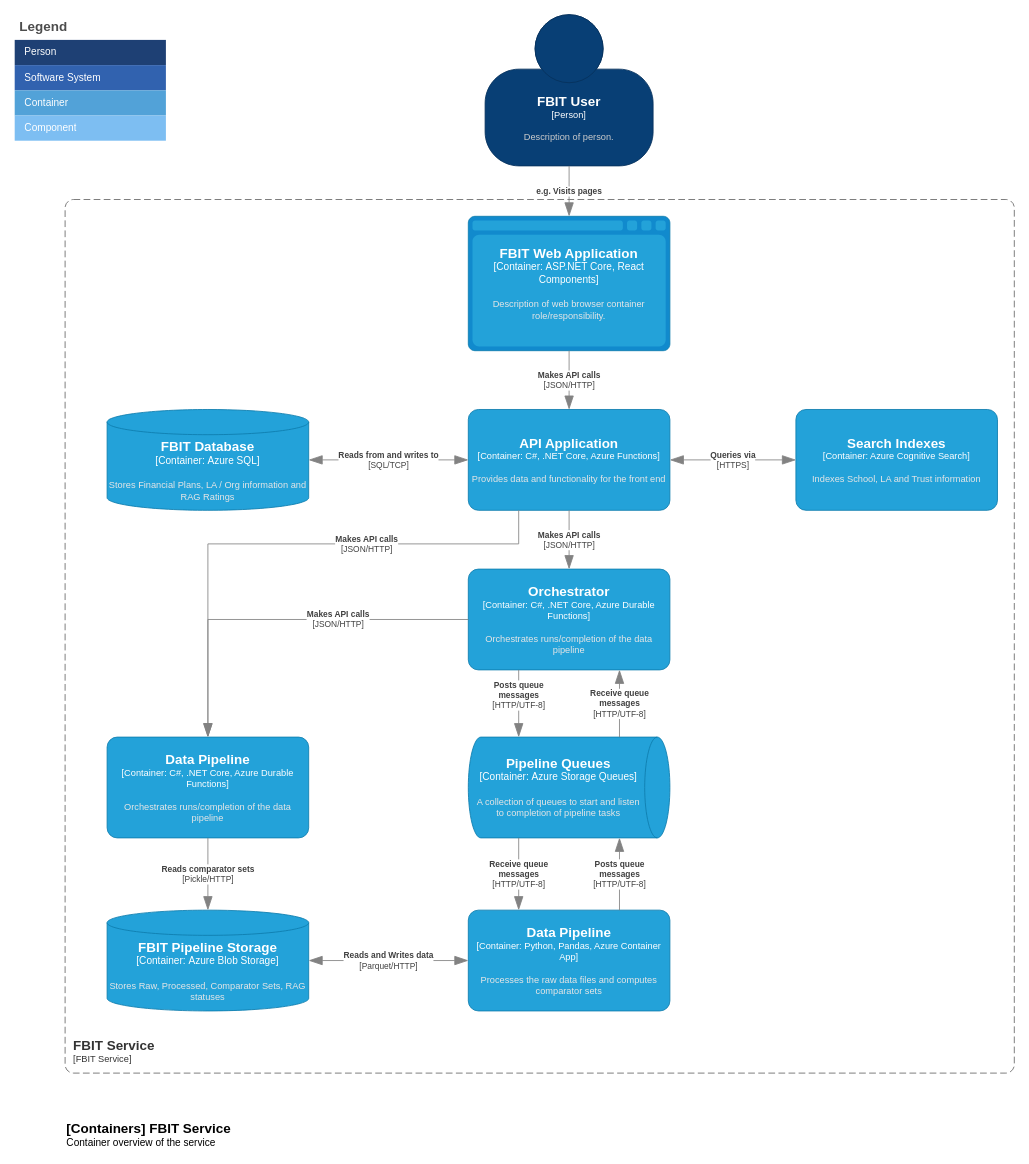
Earlier version of the draw.io diagram page "Container View" (3 of 14) of documentation/architecture/FBIT-Diagrams.drawio (DFE-Digital/education-benchmarking-and-insights). Source tidied: cells renumbered, new cells numbered last; positions are measured from the earlier drawing's top-left corner, leaving out a move shared by most shapes. Both pictures are drawn from the tidied source at 84%, with x=0, y=0 at pixel (14, 14).
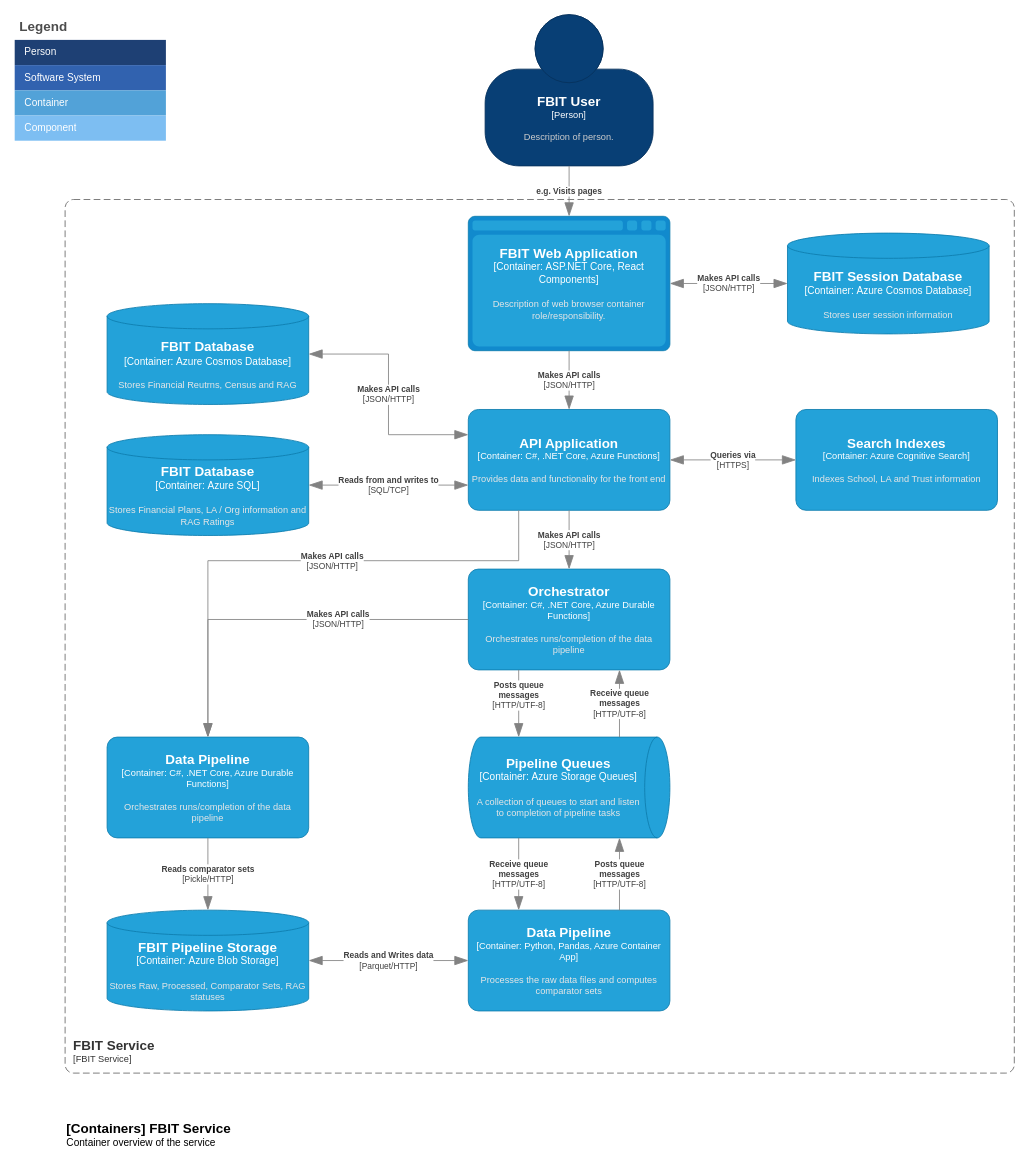
The same diagram, later.

Unchanged cells that the change refers to:
```xml
<object id="13" label="&lt;font style=&quot;font-size: 16px&quot;&gt;&lt;b&gt;%c4Name%&lt;/b&gt;&lt;/font&gt;&lt;div&gt;[%c4Type%:&amp;nbsp;%c4Technology%]&lt;/div&gt;&lt;br&gt;&lt;div&gt;&lt;font style=&quot;font-size: 11px&quot;&gt;&lt;font color=&quot;#E6E6E6&quot;&gt;%c4Description%&lt;/font&gt;&lt;/div&gt;" c4Description="Description of web browser container role/responsibility." c4Name="FBIT Web Application" c4Technology="ASP.NET Core, React Components" c4Type="Container" placeholders="1">
  <mxCell style="shape=mxgraph.c4.webBrowserContainer2;whiteSpace=wrap;html=1;boundedLbl=1;rounded=0;labelBackgroundColor=none;strokeColor=#118ACD;fillColor=#23A2D9;strokeColor=#118ACD;strokeColor2=#0E7DAD;fontSize=12;fontColor=#ffffff;align=center;points=[[0.5,0,0],[1,0.25,0],[1,0.5,0],[1,0.75,0],[0.5,1,0],[0,0.75,0],[0,0.5,0],[0,0.25,0]];" parent="1" vertex="1">
    <mxGeometry x="540" y="240" width="240" height="160" as="geometry" />
  </mxCell>
</object>
<object id="15" label="&lt;font style=&quot;font-size: 16px&quot;&gt;&lt;b&gt;%c4Name%&lt;/b&gt;&lt;/font&gt;&lt;div&gt;[%c4Type%: %c4Technology%]&lt;/div&gt;&lt;br&gt;&lt;div&gt;&lt;font style=&quot;font-size: 11px&quot;&gt;&lt;font color=&quot;#E6E6E6&quot;&gt;%c4Description%&lt;/font&gt;&lt;/div&gt;" c4Description="Provides data and functionality for the front end" c4Name="API Application" c4Technology="C#, .NET Core, Azure Functions" c4Type="Container" placeholders="1">
  <mxCell style="rounded=1;whiteSpace=wrap;html=1;fontSize=11;labelBackgroundColor=none;fillColor=#23A2D9;fontColor=#ffffff;align=center;arcSize=10;strokeColor=#0E7DAD;points=[[0.25,0,0],[0.5,0,0],[0.75,0,0],[1,0.25,0],[1,0.5,0],[1,0.75,0],[0.75,1,0],[0.5,1,0],[0.25,1,0],[0,0.75,0],[0,0.5,0],[0,0.25,0]];" parent="1" vertex="1">
    <mxGeometry x="540" y="470" width="240" height="120" as="geometry" />
  </mxCell>
</object>
<object id="29" label="&lt;font style=&quot;font-size: 16px&quot;&gt;&lt;b&gt;%c4Name%&lt;/b&gt;&lt;/font&gt;&lt;div&gt;[%c4Type%: %c4Technology%]&lt;/div&gt;&lt;br&gt;&lt;div&gt;&lt;font style=&quot;font-size: 11px&quot;&gt;&lt;font color=&quot;#E6E6E6&quot;&gt;%c4Description%&lt;/font&gt;&lt;/div&gt;" c4Description="Orchestrates runs/completion of the data pipeline" c4Name="Data Pipeline" c4Technology="C#, .NET Core, Azure Durable Functions" c4Type="Container" placeholders="1">
  <mxCell style="rounded=1;whiteSpace=wrap;html=1;fontSize=11;labelBackgroundColor=none;fillColor=#23A2D9;fontColor=#ffffff;align=center;arcSize=10;strokeColor=#0E7DAD;points=[[0.25,0,0],[0.5,0,0],[0.75,0,0],[1,0.25,0],[1,0.5,0],[1,0.75,0],[0.75,1,0],[0.5,1,0],[0.25,1,0],[0,0.75,0],[0,0.5,0],[0,0.25,0]];" parent="1" vertex="1">
    <mxGeometry x="110" y="860" width="240" height="120" as="geometry" />
  </mxCell>
</object>
```

Change to the diagram source:
```diff
@@
     <object id="17" label="&lt;font style=&quot;font-size: 16px&quot;&gt;&lt;b&gt;%c4Name%&lt;/b&gt;&lt;/font&gt;&lt;div&gt;[%c4Type%:&amp;nbsp;%c4Technology%]&lt;/div&gt;&lt;br&gt;&lt;div&gt;&lt;font style=&quot;font-size: 11px&quot;&gt;&lt;font color=&quot;#E6E6E6&quot;&gt;%c4Description%&lt;/font&gt;&lt;/div&gt;" c4Description="Stores Financial Plans, LA / Org information and RAG Ratings" c4Name="FBIT Database" c4Technology="Azure SQL" c4Type="Container" placeholders="1">
       <mxCell style="shape=cylinder3;size=15;whiteSpace=wrap;html=1;boundedLbl=1;rounded=0;labelBackgroundColor=none;fillColor=#23A2D9;fontSize=12;fontColor=#ffffff;align=center;strokeColor=#0E7DAD;points=[[0.5,0,0],[1,0.25,0],[1,0.5,0],[1,0.75,0],[0.5,1,0],[0,0.75,0],[0,0.5,0],[0,0.25,0]];" parent="1" vertex="1">
-        <mxGeometry x="110" y="470" width="240" height="120" as="geometry" />
+        <mxGeometry x="110" y="500" width="240" height="120" as="geometry" />
       </mxCell>
     </object>
     <object id="18" label="&lt;div style=&quot;text-align: left&quot;&gt;&lt;div style=&quot;text-align: center&quot;&gt;&lt;b&gt;%c4Description%&lt;/b&gt;&lt;/div&gt;&lt;div style=&quot;text-align: center&quot;&gt;[%c4Technology%]&lt;/div&gt;&lt;/div&gt;" c4Description="Reads from and writes to" c4Technology="SQL/TCP" placeholders="1">
-      <mxCell style="endArrow=blockThin;html=1;fontSize=10;fontColor=#404040;strokeWidth=1;endFill=1;strokeColor=#828282;elbow=vertical;endSize=14;startSize=14;jumpStyle=arc;jumpSize=16;rounded=0;edgeStyle=orthogonalEdgeStyle;entryX=1;entryY=0.5;entryDx=0;entryDy=0;entryPerimeter=0;exitX=0;exitY=0.5;exitDx=0;exitDy=0;exitPerimeter=0;startArrow=blockThin;startFill=1;" parent="1" edge="1" source="15" target="17">
+      <mxCell style="endArrow=blockThin;html=1;fontSize=10;fontColor=#404040;strokeWidth=1;endFill=1;strokeColor=#828282;elbow=vertical;endSize=14;startSize=14;jumpStyle=arc;jumpSize=16;rounded=0;edgeStyle=orthogonalEdgeStyle;entryX=1;entryY=0.5;entryDx=0;entryDy=0;entryPerimeter=0;exitX=0;exitY=0.75;exitDx=0;exitDy=0;exitPerimeter=0;startArrow=blockThin;startFill=1;" parent="1" edge="1" source="15" target="17">
         <mxGeometry relative="1" as="geometry" />
       </mxCell>
     </object>
@@
     <object id="32" label="&lt;div style=&quot;text-align: left&quot;&gt;&lt;div style=&quot;text-align: center&quot;&gt;&lt;b&gt;%c4Description%&lt;/b&gt;&lt;/div&gt;&lt;div style=&quot;text-align: center&quot;&gt;[%c4Technology%]&lt;/div&gt;&lt;/div&gt;" c4Description="Makes API calls" c4Technology="JSON/HTTP" placeholders="1">
       <mxCell style="endArrow=blockThin;html=1;fontSize=10;fontColor=#404040;strokeWidth=1;endFill=1;strokeColor=#828282;elbow=vertical;endSize=14;startSize=14;jumpStyle=arc;jumpSize=16;rounded=0;edgeStyle=orthogonalEdgeStyle;entryX=0.5;entryY=0;entryDx=0;entryDy=0;entryPerimeter=0;exitX=0.25;exitY=1;exitDx=0;exitDy=0;exitPerimeter=0;" parent="1" edge="1" source="15" target="29">
-        <mxGeometry x="-0.31" relative="1" as="geometry">
+        <mxGeometry x="-0.12" relative="1" as="geometry">
           <Array as="points">
-            <mxPoint x="600" y="630" />
-            <mxPoint x="230" y="630" />
+            <mxPoint x="600" y="650" />
+            <mxPoint x="230" y="650" />
           </Array>
         </mxGeometry>
       </mxCell>
     </object>
@@
+    <object id="36" label="&lt;font style=&quot;font-size: 16px&quot;&gt;&lt;b&gt;%c4Name%&lt;/b&gt;&lt;/font&gt;&lt;div&gt;[%c4Type%:&amp;nbsp;%c4Technology%]&lt;/div&gt;&lt;br&gt;&lt;div&gt;&lt;font style=&quot;font-size: 11px&quot;&gt;&lt;font color=&quot;#E6E6E6&quot;&gt;%c4Description%&lt;/font&gt;&lt;/div&gt;" c4Description="Stores Financial Reutrns, Census and RAG" c4Name="FBIT Database" c4Technology="Azure Cosmos Database" c4Type="Container" placeholders="1">
+      <mxCell style="shape=cylinder3;size=15;whiteSpace=wrap;html=1;boundedLbl=1;rounded=0;labelBackgroundColor=none;fillColor=#23A2D9;fontSize=12;fontColor=#ffffff;align=center;strokeColor=#0E7DAD;points=[[0.5,0,0],[1,0.25,0],[1,0.5,0],[1,0.75,0],[0.5,1,0],[0,0.75,0],[0,0.5,0],[0,0.25,0]];" parent="1" vertex="1">
+        <mxGeometry x="110" y="344" width="240" height="120" as="geometry" />
+      </mxCell>
+    </object>
+    <object id="37" label="&lt;div style=&quot;text-align: left&quot;&gt;&lt;div style=&quot;text-align: center&quot;&gt;&lt;b&gt;%c4Description%&lt;/b&gt;&lt;/div&gt;&lt;div style=&quot;text-align: center&quot;&gt;[%c4Technology%]&lt;/div&gt;&lt;/div&gt;" c4Description="Makes API calls" c4Technology="JSON/HTTP" placeholders="1">
+      <mxCell style="endArrow=blockThin;html=1;fontSize=10;fontColor=#404040;strokeWidth=1;endFill=1;strokeColor=#828282;elbow=vertical;endSize=14;startSize=14;jumpStyle=arc;jumpSize=16;rounded=0;edgeStyle=orthogonalEdgeStyle;exitX=1;exitY=0.5;exitDx=0;exitDy=0;exitPerimeter=0;entryX=0;entryY=0.25;entryDx=0;entryDy=0;entryPerimeter=0;startArrow=blockThin;startFill=1;" parent="1" edge="1" source="36" target="15">
+        <mxGeometry relative="1" as="geometry" />
+      </mxCell>
+    </object>
+    <object id="38" label="&lt;font style=&quot;font-size: 16px&quot;&gt;&lt;b&gt;%c4Name%&lt;/b&gt;&lt;/font&gt;&lt;div&gt;[%c4Type%:&amp;nbsp;%c4Technology%]&lt;/div&gt;&lt;br&gt;&lt;div&gt;&lt;font style=&quot;font-size: 11px&quot;&gt;&lt;font color=&quot;#E6E6E6&quot;&gt;%c4Description%&lt;/font&gt;&lt;/div&gt;" c4Description="Stores user session information" c4Name="FBIT Session Database" c4Technology="Azure Cosmos Database" c4Type="Container" placeholders="1">
+      <mxCell style="shape=cylinder3;size=15;whiteSpace=wrap;html=1;boundedLbl=1;rounded=0;labelBackgroundColor=none;fillColor=#23A2D9;fontSize=12;fontColor=#ffffff;align=center;strokeColor=#0E7DAD;points=[[0.5,0,0],[1,0.25,0],[1,0.5,0],[1,0.75,0],[0.5,1,0],[0,0.75,0],[0,0.5,0],[0,0.25,0]];" parent="1" vertex="1">
+        <mxGeometry x="920" y="260" width="240" height="120" as="geometry" />
+      </mxCell>
+    </object>
+    <object id="39" label="&lt;div style=&quot;text-align: left&quot;&gt;&lt;div style=&quot;text-align: center&quot;&gt;&lt;b&gt;%c4Description%&lt;/b&gt;&lt;/div&gt;&lt;div style=&quot;text-align: center&quot;&gt;[%c4Technology%]&lt;/div&gt;&lt;/div&gt;" c4Description="Makes API calls" c4Technology="JSON/HTTP" placeholders="1">
+      <mxCell style="endArrow=blockThin;html=1;fontSize=10;fontColor=#404040;strokeWidth=1;endFill=1;strokeColor=#828282;elbow=vertical;endSize=14;startSize=14;jumpStyle=arc;jumpSize=16;rounded=0;edgeStyle=orthogonalEdgeStyle;exitX=1;exitY=0.5;exitDx=0;exitDy=0;exitPerimeter=0;entryX=0;entryY=0.5;entryDx=0;entryDy=0;entryPerimeter=0;startArrow=blockThin;startFill=1;" parent="1" edge="1" source="13" target="38">
+        <mxGeometry relative="1" as="geometry" />
+      </mxCell>
+    </object>
```
